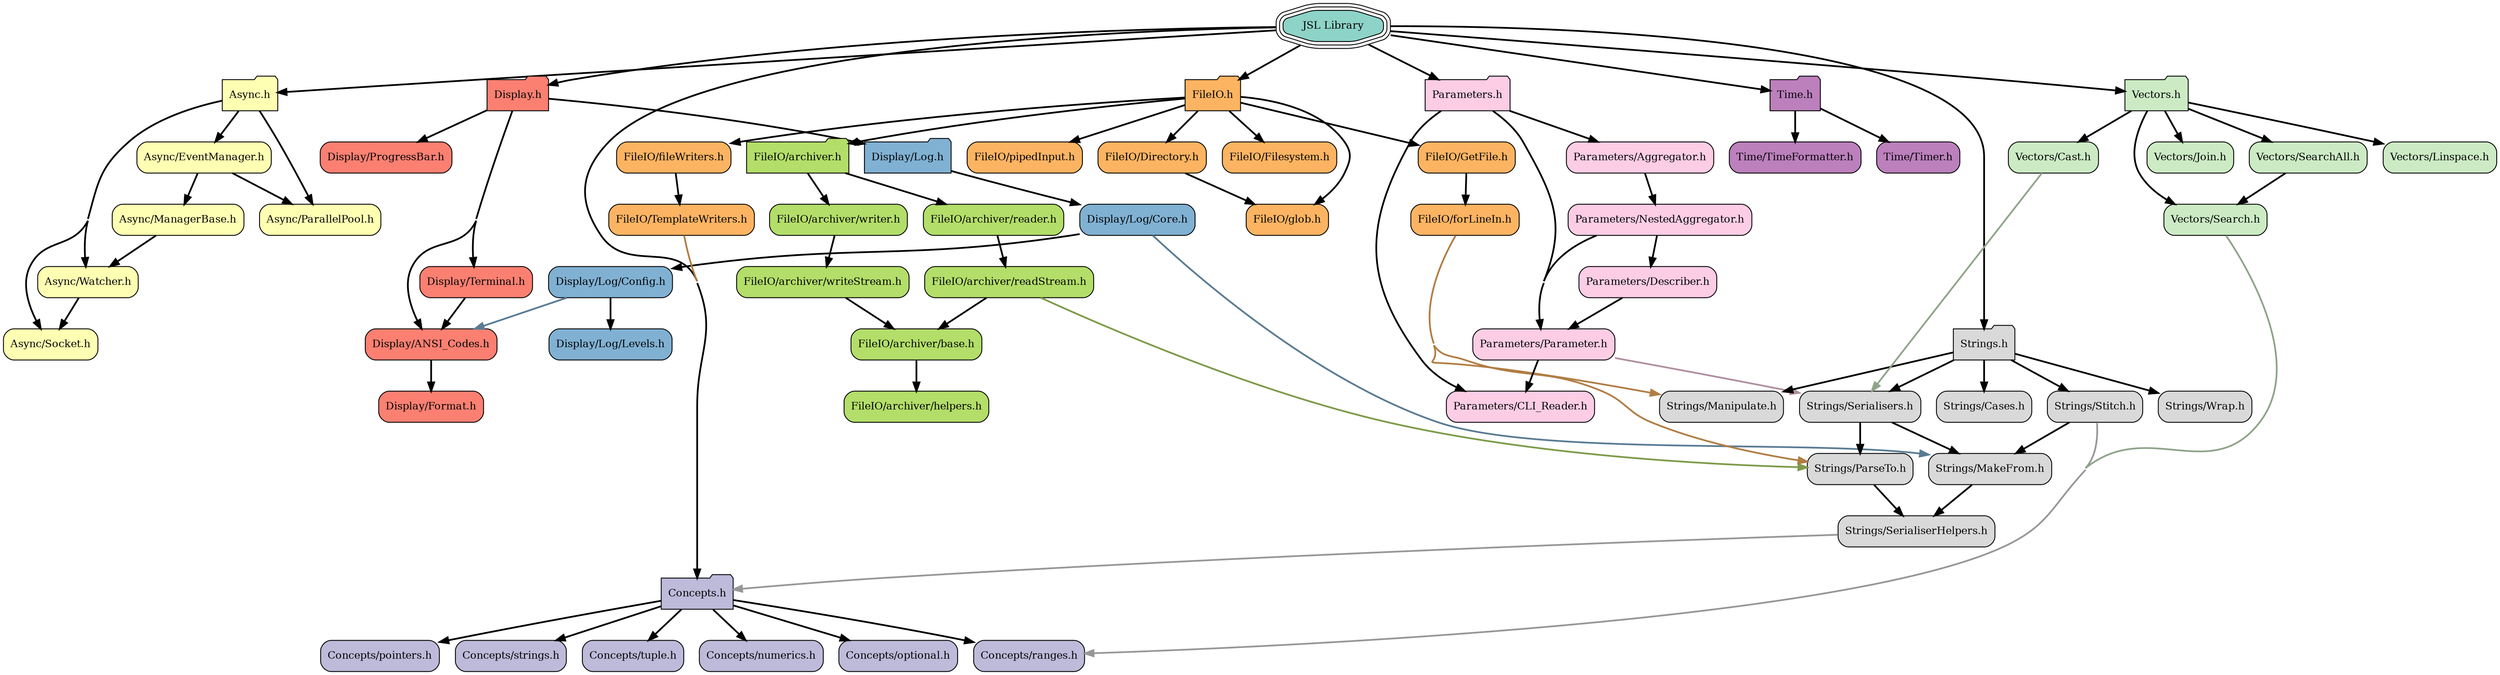
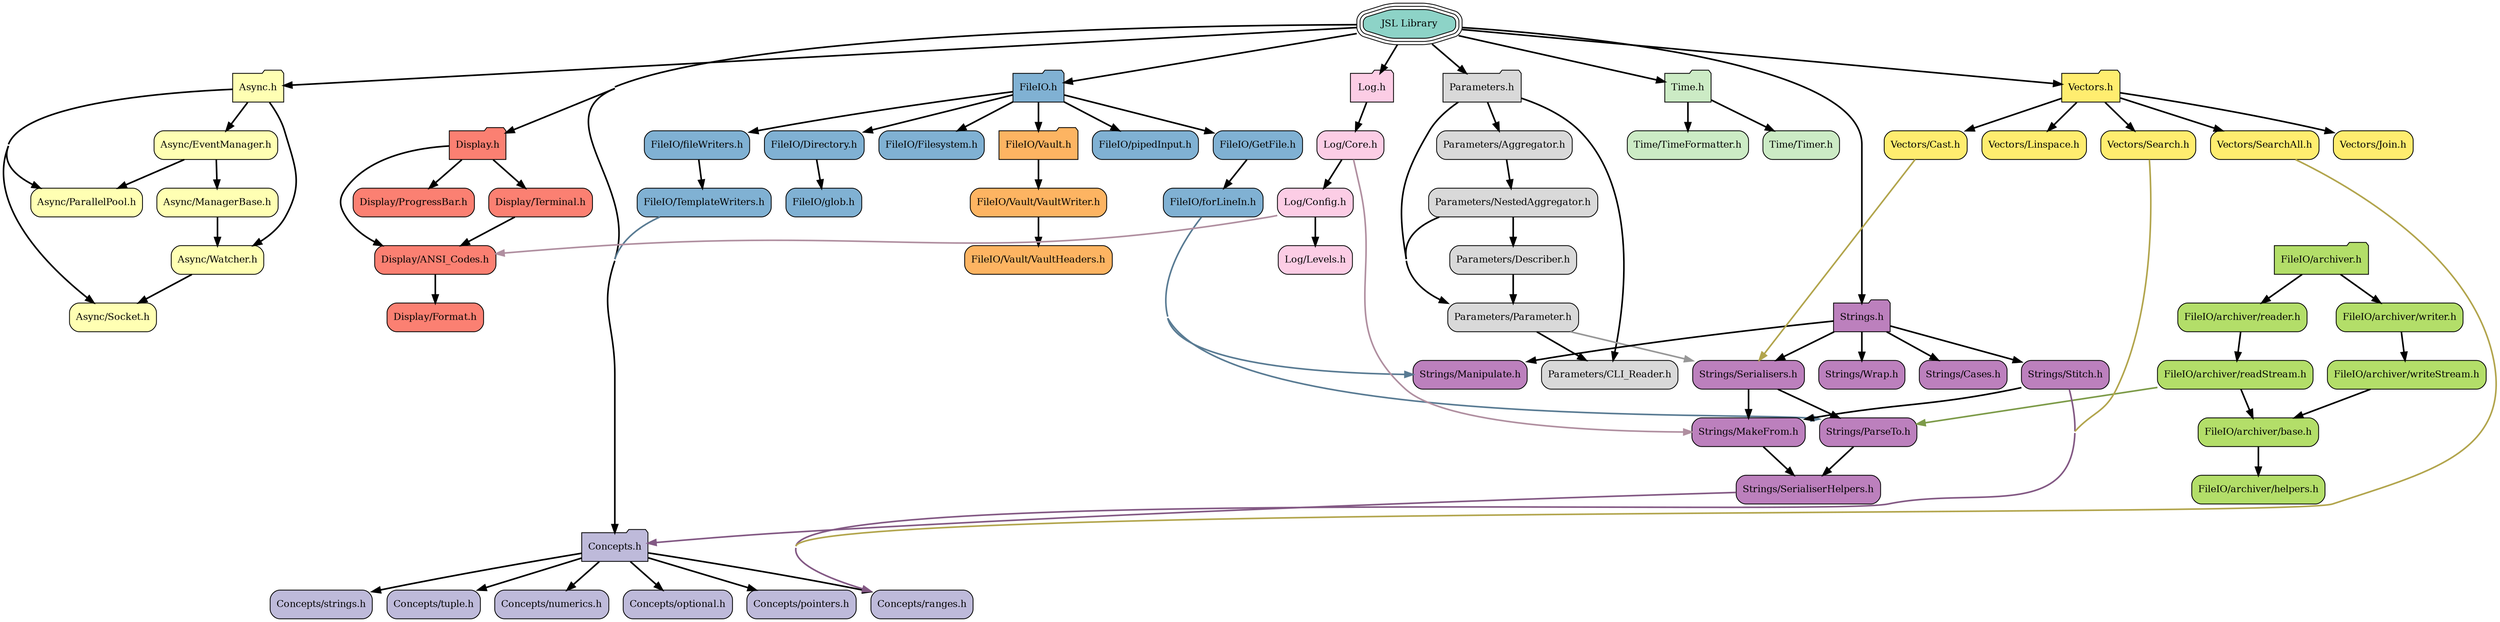
digraph codeviz{
	bgcolor="#ffffff"
	concentrate=true
	splines=true
	sep="+15,+15"
	overlap=false

	node[shape=Mrecord,fontsize=12]

	node[fillcolor="#8dd3c7", style="rounded,filled", shape=tripleoctagon, color="black"] "JSL.h"                           [label="JSL Library"]
	node[fillcolor="#ffffb3", style="rounded,filled", shape=folder, color="black"] "Async.h"                         [label="Async.h"]
	node[fillcolor="#ffffb3", style="rounded,filled", shape=box, color="black"] "Async/EventManager.h"            [label="Async/EventManager.h"]
	node[fillcolor="#ffffb3", style="rounded,filled", shape=box, color="black"] "Async/ManagerBase.h"             [label="Async/ManagerBase.h"]
	node[fillcolor="#ffffb3", style="rounded,filled", shape=box, color="black"] "Async/ParallelPool.h"            [label="Async/ParallelPool.h"]
	node[fillcolor="#ffffb3", style="rounded,filled", shape=box, color="black"] "Async/Socket.h"                  [label="Async/Socket.h"]
	node[fillcolor="#ffffb3", style="rounded,filled", shape=box, color="black"] "Async/Watcher.h"                 [label="Async/Watcher.h"]
	node[fillcolor="#bebada", style="rounded,filled", shape=folder, color="black"] "Concepts.h"                      [label="Concepts.h"]
	node[fillcolor="#bebada", style="rounded,filled", shape=box, color="black"] "Concepts/numerics.h"             [label="Concepts/numerics.h"]
	node[fillcolor="#bebada", style="rounded,filled", shape=box, color="black"] "Concepts/optional.h"             [label="Concepts/optional.h"]
	node[fillcolor="#bebada", style="rounded,filled", shape=box, color="black"] "Concepts/pointers.h"             [label="Concepts/pointers.h"]
	node[fillcolor="#bebada", style="rounded,filled", shape=box, color="black"] "Concepts/ranges.h"               [label="Concepts/ranges.h"]
	node[fillcolor="#bebada", style="rounded,filled", shape=box, color="black"] "Concepts/strings.h"              [label="Concepts/strings.h"]
	node[fillcolor="#bebada", style="rounded,filled", shape=box, color="black"] "Concepts/tuple.h"                [label="Concepts/tuple.h"]
	node[fillcolor="#fb8072", style="rounded,filled", shape=folder, color="black"] "Display.h"                       [label="Display.h"]
	node[fillcolor="#fb8072", style="rounded,filled", shape=box, color="black"] "Display/ANSI_Codes.h"            [label="Display/ANSI_Codes.h"]
	node[fillcolor="#fb8072", style="rounded,filled", shape=box, color="black"] "Display/Format.h"                [label="Display/Format.h"]
- 	node[fillcolor="#80b1d3", style="rounded,filled", shape=folder, color="black"] "Display/Log.h"                   [label="Display/Log.h"]
- 	node[fillcolor="#80b1d3", style="rounded,filled", shape=box, color="black"] "Display/Log/Config.h"            [label="Display/Log/Config.h"]
- 	node[fillcolor="#80b1d3", style="rounded,filled", shape=box, color="black"] "Display/Log/Core.h"              [label="Display/Log/Core.h"]
- 	node[fillcolor="#80b1d3", style="rounded,filled", shape=box, color="black"] "Display/Log/Levels.h"            [label="Display/Log/Levels.h"]
	node[fillcolor="#fb8072", style="rounded,filled", shape=box, color="black"] "Display/ProgressBar.h"           [label="Display/ProgressBar.h"]
	node[fillcolor="#fb8072", style="rounded,filled", shape=box, color="black"] "Display/Terminal.h"              [label="Display/Terminal.h"]
- 	node[fillcolor="#fdb462", style="rounded,filled", shape=folder, color="black"] "FileIO.h"                        [label="FileIO.h"]
- 	node[fillcolor="#fdb462", style="rounded,filled", shape=box, color="black"] "FileIO/Directory.h"              [label="FileIO/Directory.h"]
- 	node[fillcolor="#fdb462", style="rounded,filled", shape=box, color="black"] "FileIO/Filesystem.h"             [label="FileIO/Filesystem.h"]
- 	node[fillcolor="#fdb462", style="rounded,filled", shape=box, color="black"] "FileIO/GetFile.h"                [label="FileIO/GetFile.h"]
- 	node[fillcolor="#fdb462", style="rounded,filled", shape=box, color="black"] "FileIO/TemplateWriters.h"        [label="FileIO/TemplateWriters.h"]
+ 	node[fillcolor="#80b1d3", style="rounded,filled", shape=folder, color="black"] "FileIO.h"                        [label="FileIO.h"]
+ 	node[fillcolor="#80b1d3", style="rounded,filled", shape=box, color="black"] "FileIO/Directory.h"              [label="FileIO/Directory.h"]
+ 	node[fillcolor="#80b1d3", style="rounded,filled", shape=box, color="black"] "FileIO/Filesystem.h"             [label="FileIO/Filesystem.h"]
+ 	node[fillcolor="#80b1d3", style="rounded,filled", shape=box, color="black"] "FileIO/GetFile.h"                [label="FileIO/GetFile.h"]
+ 	node[fillcolor="#80b1d3", style="rounded,filled", shape=box, color="black"] "FileIO/TemplateWriters.h"        [label="FileIO/TemplateWriters.h"]
+ 	node[fillcolor="#fdb462", style="rounded,filled", shape=folder, color="black"] "FileIO/Vault.h"                  [label="FileIO/Vault.h"]
+ 	node[fillcolor="#fdb462", style="rounded,filled", shape=box, color="black"] "FileIO/Vault/VaultHeaders.h"     [label="FileIO/Vault/VaultHeaders.h"]
+ 	node[fillcolor="#fdb462", style="rounded,filled", shape=box, color="black"] "FileIO/Vault/VaultWriter.h"      [label="FileIO/Vault/VaultWriter.h"]
	node[fillcolor="#b3de69", style="rounded,filled", shape=folder, color="black"] "FileIO/archiver.h"               [label="FileIO/archiver.h"]
	node[fillcolor="#b3de69", style="rounded,filled", shape=box, color="black"] "FileIO/archiver/base.h"          [label="FileIO/archiver/base.h"]
	node[fillcolor="#b3de69", style="rounded,filled", shape=box, color="black"] "FileIO/archiver/helpers.h"       [label="FileIO/archiver/helpers.h"]
	node[fillcolor="#b3de69", style="rounded,filled", shape=box, color="black"] "FileIO/archiver/readStream.h"    [label="FileIO/archiver/readStream.h"]
	node[fillcolor="#b3de69", style="rounded,filled", shape=box, color="black"] "FileIO/archiver/reader.h"        [label="FileIO/archiver/reader.h"]
	node[fillcolor="#b3de69", style="rounded,filled", shape=box, color="black"] "FileIO/archiver/writeStream.h"   [label="FileIO/archiver/writeStream.h"]
	node[fillcolor="#b3de69", style="rounded,filled", shape=box, color="black"] "FileIO/archiver/writer.h"        [label="FileIO/archiver/writer.h"]
- 	node[fillcolor="#fdb462", style="rounded,filled", shape=box, color="black"] "FileIO/fileWriters.h"            [label="FileIO/fileWriters.h"]
- 	node[fillcolor="#fdb462", style="rounded,filled", shape=box, color="black"] "FileIO/forLineIn.h"              [label="FileIO/forLineIn.h"]
- 	node[fillcolor="#fdb462", style="rounded,filled", shape=box, color="black"] "FileIO/glob.h"                   [label="FileIO/glob.h"]
- 	node[fillcolor="#fdb462", style="rounded,filled", shape=box, color="black"] "FileIO/pipedInput.h"             [label="FileIO/pipedInput.h"]
- 	node[fillcolor="#fccde5", style="rounded,filled", shape=folder, color="black"] "Parameters.h"                    [label="Parameters.h"]
- 	node[fillcolor="#fccde5", style="rounded,filled", shape=box, color="black"] "Parameters/Aggregator.h"         [label="Parameters/Aggregator.h"]
- 	node[fillcolor="#fccde5", style="rounded,filled", shape=box, color="black"] "Parameters/CLI_Reader.h"         [label="Parameters/CLI_Reader.h"]
- 	node[fillcolor="#fccde5", style="rounded,filled", shape=box, color="black"] "Parameters/Describer.h"          [label="Parameters/Describer.h"]
- 	node[fillcolor="#fccde5", style="rounded,filled", shape=box, color="black"] "Parameters/NestedAggregator.h"   [label="Parameters/NestedAggregator.h"]
- 	node[fillcolor="#fccde5", style="rounded,filled", shape=box, color="black"] "Parameters/Parameter.h"          [label="Parameters/Parameter.h"]
- 	node[fillcolor="#d9d9d9", style="rounded,filled", shape=folder, color="black"] "Strings.h"                       [label="Strings.h"]
- 	node[fillcolor="#d9d9d9", style="rounded,filled", shape=box, color="black"] "Strings/Cases.h"                 [label="Strings/Cases.h"]
- 	node[fillcolor="#d9d9d9", style="rounded,filled", shape=box, color="black"] "Strings/MakeFrom.h"              [label="Strings/MakeFrom.h"]
- 	node[fillcolor="#d9d9d9", style="rounded,filled", shape=box, color="black"] "Strings/Manipulate.h"            [label="Strings/Manipulate.h"]
- 	node[fillcolor="#d9d9d9", style="rounded,filled", shape=box, color="black"] "Strings/ParseTo.h"               [label="Strings/ParseTo.h"]
- 	node[fillcolor="#d9d9d9", style="rounded,filled", shape=box, color="black"] "Strings/SerialiserHelpers.h"     [label="Strings/SerialiserHelpers.h"]
- 	node[fillcolor="#d9d9d9", style="rounded,filled", shape=box, color="black"] "Strings/Serialisers.h"           [label="Strings/Serialisers.h"]
- 	node[fillcolor="#d9d9d9", style="rounded,filled", shape=box, color="black"] "Strings/Stitch.h"                [label="Strings/Stitch.h"]
- 	node[fillcolor="#d9d9d9", style="rounded,filled", shape=box, color="black"] "Strings/Wrap.h"                  [label="Strings/Wrap.h"]
- 	node[fillcolor="#bc80bd", style="rounded,filled", shape=folder, color="black"] "Time.h"                          [label="Time.h"]
- 	node[fillcolor="#bc80bd", style="rounded,filled", shape=box, color="black"] "Time/TimeFormatter.h"            [label="Time/TimeFormatter.h"]
- 	node[fillcolor="#bc80bd", style="rounded,filled", shape=box, color="black"] "Time/Timer.h"                    [label="Time/Timer.h"]
- 	node[fillcolor="#ccebc5", style="rounded,filled", shape=folder, color="black"] "Vectors.h"                       [label="Vectors.h"]
- 	node[fillcolor="#ccebc5", style="rounded,filled", shape=box, color="black"] "Vectors/Cast.h"                  [label="Vectors/Cast.h"]
- 	node[fillcolor="#ccebc5", style="rounded,filled", shape=box, color="black"] "Vectors/Join.h"                  [label="Vectors/Join.h"]
- 	node[fillcolor="#ccebc5", style="rounded,filled", shape=box, color="black"] "Vectors/Linspace.h"              [label="Vectors/Linspace.h"]
- 	node[fillcolor="#ccebc5", style="rounded,filled", shape=box, color="black"] "Vectors/Search.h"                [label="Vectors/Search.h"]
- 	node[fillcolor="#ccebc5", style="rounded,filled", shape=box, color="black"] "Vectors/SearchAll.h"             [label="Vectors/SearchAll.h"]
+ 	node[fillcolor="#80b1d3", style="rounded,filled", shape=box, color="black"] "FileIO/fileWriters.h"            [label="FileIO/fileWriters.h"]
+ 	node[fillcolor="#80b1d3", style="rounded,filled", shape=box, color="black"] "FileIO/forLineIn.h"              [label="FileIO/forLineIn.h"]
+ 	node[fillcolor="#80b1d3", style="rounded,filled", shape=box, color="black"] "FileIO/glob.h"                   [label="FileIO/glob.h"]
+ 	node[fillcolor="#80b1d3", style="rounded,filled", shape=box, color="black"] "FileIO/pipedInput.h"             [label="FileIO/pipedInput.h"]
+ 	node[fillcolor="#fccde5", style="rounded,filled", shape=folder, color="black"] "Log.h"                           [label="Log.h"]
+ 	node[fillcolor="#fccde5", style="rounded,filled", shape=box, color="black"] "Log/Config.h"                    [label="Log/Config.h"]
+ 	node[fillcolor="#fccde5", style="rounded,filled", shape=box, color="black"] "Log/Core.h"                      [label="Log/Core.h"]
+ 	node[fillcolor="#fccde5", style="rounded,filled", shape=box, color="black"] "Log/Levels.h"                    [label="Log/Levels.h"]
+ 	node[fillcolor="#d9d9d9", style="rounded,filled", shape=folder, color="black"] "Parameters.h"                    [label="Parameters.h"]
+ 	node[fillcolor="#d9d9d9", style="rounded,filled", shape=box, color="black"] "Parameters/Aggregator.h"         [label="Parameters/Aggregator.h"]
+ 	node[fillcolor="#d9d9d9", style="rounded,filled", shape=box, color="black"] "Parameters/CLI_Reader.h"         [label="Parameters/CLI_Reader.h"]
+ 	node[fillcolor="#d9d9d9", style="rounded,filled", shape=box, color="black"] "Parameters/Describer.h"          [label="Parameters/Describer.h"]
+ 	node[fillcolor="#d9d9d9", style="rounded,filled", shape=box, color="black"] "Parameters/NestedAggregator.h"   [label="Parameters/NestedAggregator.h"]
+ 	node[fillcolor="#d9d9d9", style="rounded,filled", shape=box, color="black"] "Parameters/Parameter.h"          [label="Parameters/Parameter.h"]
+ 	node[fillcolor="#bc80bd", style="rounded,filled", shape=folder, color="black"] "Strings.h"                       [label="Strings.h"]
+ 	node[fillcolor="#bc80bd", style="rounded,filled", shape=box, color="black"] "Strings/Cases.h"                 [label="Strings/Cases.h"]
+ 	node[fillcolor="#bc80bd", style="rounded,filled", shape=box, color="black"] "Strings/MakeFrom.h"              [label="Strings/MakeFrom.h"]
+ 	node[fillcolor="#bc80bd", style="rounded,filled", shape=box, color="black"] "Strings/Manipulate.h"            [label="Strings/Manipulate.h"]
+ 	node[fillcolor="#bc80bd", style="rounded,filled", shape=box, color="black"] "Strings/ParseTo.h"               [label="Strings/ParseTo.h"]
+ 	node[fillcolor="#bc80bd", style="rounded,filled", shape=box, color="black"] "Strings/SerialiserHelpers.h"     [label="Strings/SerialiserHelpers.h"]
+ 	node[fillcolor="#bc80bd", style="rounded,filled", shape=box, color="black"] "Strings/Serialisers.h"           [label="Strings/Serialisers.h"]
+ 	node[fillcolor="#bc80bd", style="rounded,filled", shape=box, color="black"] "Strings/Stitch.h"                [label="Strings/Stitch.h"]
+ 	node[fillcolor="#bc80bd", style="rounded,filled", shape=box, color="black"] "Strings/Wrap.h"                  [label="Strings/Wrap.h"]
+ 	node[fillcolor="#ccebc5", style="rounded,filled", shape=folder, color="black"] "Time.h"                          [label="Time.h"]
+ 	node[fillcolor="#ccebc5", style="rounded,filled", shape=box, color="black"] "Time/TimeFormatter.h"            [label="Time/TimeFormatter.h"]
+ 	node[fillcolor="#ccebc5", style="rounded,filled", shape=box, color="black"] "Time/Timer.h"                    [label="Time/Timer.h"]
+ 	node[fillcolor="#ffed6f", style="rounded,filled", shape=folder, color="black"] "Vectors.h"                       [label="Vectors.h"]
+ 	node[fillcolor="#ffed6f", style="rounded,filled", shape=box, color="black"] "Vectors/Cast.h"                  [label="Vectors/Cast.h"]
+ 	node[fillcolor="#ffed6f", style="rounded,filled", shape=box, color="black"] "Vectors/Join.h"                  [label="Vectors/Join.h"]
+ 	node[fillcolor="#ffed6f", style="rounded,filled", shape=box, color="black"] "Vectors/Linspace.h"              [label="Vectors/Linspace.h"]
+ 	node[fillcolor="#ffed6f", style="rounded,filled", shape=box, color="black"] "Vectors/Search.h"                [label="Vectors/Search.h"]
+ 	node[fillcolor="#ffed6f", style="rounded,filled", shape=box, color="black"] "Vectors/SearchAll.h"             [label="Vectors/SearchAll.h"]
+ 	"JSL.h"                           -> "Parameters.h"[weight=10,penwidth=2]
	"JSL.h"                           -> "Time.h"[weight=10,penwidth=2]
- 	"JSL.h"                           -> "Display.h"[weight=10,penwidth=2]
	"JSL.h"                           -> "Concepts.h"[weight=10,penwidth=2]
+ 	"JSL.h"                           -> "Log.h"[weight=10,penwidth=2]
	"JSL.h"                           -> "Async.h"[weight=10,penwidth=2]
- 	"JSL.h"                           -> "FileIO.h"[weight=10,penwidth=2]
	"JSL.h"                           -> "Vectors.h"[weight=10,penwidth=2]
	"JSL.h"                           -> "Strings.h"[weight=10,penwidth=2]
- 	"JSL.h"                           -> "Parameters.h"[weight=10,penwidth=2]
+ 	"JSL.h"                           -> "FileIO.h"[weight=10,penwidth=2]
+ 	"JSL.h"                           -> "Display.h"[weight=10,penwidth=2]
	"Async.h"                         -> "Async/Socket.h"[weight=10,penwidth=2]
	"Async.h"                         -> "Async/Watcher.h"[weight=10,penwidth=2]
	"Async.h"                         -> "Async/EventManager.h"[weight=10,penwidth=2]
	"Async.h"                         -> "Async/ParallelPool.h"[weight=10,penwidth=2]
	"Async/EventManager.h"            -> "Async/ManagerBase.h"[weight=10,penwidth=2]
	"Async/EventManager.h"            -> "Async/ParallelPool.h"[weight=10,penwidth=2]
	"Async/ManagerBase.h"             -> "Async/Watcher.h"[weight=10,penwidth=2]
	"Async/Watcher.h"                 -> "Async/Socket.h"[weight=10,penwidth=2]
- 	"Concepts.h"                      -> "Concepts/pointers.h"[weight=10,penwidth=2]
- 	"Concepts.h"                      -> "Concepts/strings.h"[weight=10,penwidth=2]
- 	"Concepts.h"                      -> "Concepts/tuple.h"[weight=10,penwidth=2]
+ 	"Concepts.h"                      -> "Concepts/numerics.h"[weight=10,penwidth=2]
	"Concepts.h"                      -> "Concepts/ranges.h"[weight=10,penwidth=2]
	"Concepts.h"                      -> "Concepts/optional.h"[weight=10,penwidth=2]
- 	"Concepts.h"                      -> "Concepts/numerics.h"[weight=10,penwidth=2]
+ 	"Concepts.h"                      -> "Concepts/tuple.h"[weight=10,penwidth=2]
+ 	"Concepts.h"                      -> "Concepts/strings.h"[weight=10,penwidth=2]
+ 	"Concepts.h"                      -> "Concepts/pointers.h"[weight=10,penwidth=2]
	"Display.h"                       -> "Display/Terminal.h"[weight=10,penwidth=2]
	"Display.h"                       -> "Display/ANSI_Codes.h"[weight=10,penwidth=2]
- 	"Display.h"                       -> "Display/Log.h"[weight=10,penwidth=2]
	"Display.h"                       -> "Display/ProgressBar.h"[weight=10,penwidth=2]
	"Display/ANSI_Codes.h"            -> "Display/Format.h"[weight=10,penwidth=2]
- 	"Display/Log.h"                   -> "Display/Log/Core.h"[weight=10,penwidth=2]
- 	"Display/Log/Config.h"            -> "Display/ANSI_Codes.h"[weight=0,penwidth=2,color="#597b93"]
- 	"Display/Log/Config.h"            -> "Display/Log/Levels.h"[weight=10,penwidth=2]
- 	"Display/Log/Core.h"              -> "Display/Log/Config.h"[weight=10,penwidth=2]
- 	"Display/Log/Core.h"              -> "Strings/MakeFrom.h"[weight=0,penwidth=2,color="#597b93"]
	"Display/Terminal.h"              -> "Display/ANSI_Codes.h"[weight=10,penwidth=2]
+ 	"FileIO.h"                        -> "FileIO/fileWriters.h"[weight=10,penwidth=2]
+ 	"FileIO.h"                        -> "FileIO/pipedInput.h"[weight=10,penwidth=2]
+ 	"FileIO.h"                        -> "FileIO/Filesystem.h"[weight=10,penwidth=2]
+ 	"FileIO.h"                        -> "FileIO/Vault.h"[weight=10,penwidth=2]
+ 	"FileIO.h"                        -> "FileIO/Directory.h"[weight=10,penwidth=2]
	"FileIO.h"                        -> "FileIO/GetFile.h"[weight=10,penwidth=2]
- 	"FileIO.h"                        -> "FileIO/Directory.h"[weight=10,penwidth=2]
- 	"FileIO.h"                        -> "FileIO/pipedInput.h"[weight=10,penwidth=2]
- 	"FileIO.h"                        -> "FileIO/fileWriters.h"[weight=10,penwidth=2]
- 	"FileIO.h"                        -> "FileIO/Filesystem.h"[weight=10,penwidth=2]
- 	"FileIO.h"                        -> "FileIO/glob.h"[weight=10,penwidth=2]
- 	"FileIO.h"                        -> "FileIO/archiver.h"[weight=10,penwidth=2]
	"FileIO/Directory.h"              -> "FileIO/glob.h"[weight=10,penwidth=2]
	"FileIO/GetFile.h"                -> "FileIO/forLineIn.h"[weight=10,penwidth=2]
- 	"FileIO/TemplateWriters.h"        -> "Concepts.h"[weight=0,penwidth=2,color="#b17d44"]
+ 	"FileIO/TemplateWriters.h"        -> "Concepts.h"[weight=0,penwidth=2,color="#597b93"]
+ 	"FileIO/Vault.h"                  -> "FileIO/Vault/VaultWriter.h"[weight=10,penwidth=2]
+ 	"FileIO/Vault/VaultWriter.h"      -> "FileIO/Vault/VaultHeaders.h"[weight=10,penwidth=2]
	"FileIO/archiver.h"               -> "FileIO/archiver/writer.h"[weight=10,penwidth=2]
	"FileIO/archiver.h"               -> "FileIO/archiver/reader.h"[weight=10,penwidth=2]
	"FileIO/archiver/base.h"          -> "FileIO/archiver/helpers.h"[weight=10,penwidth=2]
	"FileIO/archiver/readStream.h"    -> "FileIO/archiver/base.h"[weight=10,penwidth=2]
	"FileIO/archiver/readStream.h"    -> "Strings/ParseTo.h"[weight=0,penwidth=2,color="#7d9b49"]
	"FileIO/archiver/reader.h"        -> "FileIO/archiver/readStream.h"[weight=10,penwidth=2]
	"FileIO/archiver/writeStream.h"   -> "FileIO/archiver/base.h"[weight=10,penwidth=2]
	"FileIO/archiver/writer.h"        -> "FileIO/archiver/writeStream.h"[weight=10,penwidth=2]
	"FileIO/fileWriters.h"            -> "FileIO/TemplateWriters.h"[weight=10,penwidth=2]
- 	"FileIO/forLineIn.h"              -> "Strings/ParseTo.h"[weight=0,penwidth=2,color="#b17d44"]
- 	"FileIO/forLineIn.h"              -> "Strings/Manipulate.h"[weight=0,penwidth=2,color="#b17d44"]
+ 	"FileIO/forLineIn.h"              -> "Strings/ParseTo.h"[weight=0,penwidth=2,color="#597b93"]
+ 	"FileIO/forLineIn.h"              -> "Strings/Manipulate.h"[weight=0,penwidth=2,color="#597b93"]
+ 	"Log.h"                           -> "Log/Core.h"[weight=10,penwidth=2]
+ 	"Log/Config.h"                    -> "Display/ANSI_Codes.h"[weight=0,penwidth=2,color="#b08fa0"]
+ 	"Log/Config.h"                    -> "Log/Levels.h"[weight=10,penwidth=2]
+ 	"Log/Core.h"                      -> "Strings/MakeFrom.h"[weight=0,penwidth=2,color="#b08fa0"]
+ 	"Log/Core.h"                      -> "Log/Config.h"[weight=10,penwidth=2]
	"Parameters.h"                    -> "Parameters/Parameter.h"[weight=10,penwidth=2]
	"Parameters.h"                    -> "Parameters/Aggregator.h"[weight=10,penwidth=2]
	"Parameters.h"                    -> "Parameters/CLI_Reader.h"[weight=10,penwidth=2]
	"Parameters/Aggregator.h"         -> "Parameters/NestedAggregator.h"[weight=10,penwidth=2]
	"Parameters/Describer.h"          -> "Parameters/Parameter.h"[weight=10,penwidth=2]
	"Parameters/NestedAggregator.h"   -> "Parameters/Describer.h"[weight=10,penwidth=2]
	"Parameters/NestedAggregator.h"   -> "Parameters/Parameter.h"[weight=10,penwidth=2]
	"Parameters/Parameter.h"          -> "Parameters/CLI_Reader.h"[weight=10,penwidth=2]
- 	"Parameters/Parameter.h"          -> "Strings/Serialisers.h"[weight=0,penwidth=2,color="#b08fa0"]
+ 	"Parameters/Parameter.h"          -> "Strings/Serialisers.h"[weight=0,penwidth=2,color="#979797"]
	"Strings.h"                       -> "Strings/Serialisers.h"[weight=10,penwidth=2]
	"Strings.h"                       -> "Strings/Cases.h"[weight=10,penwidth=2]
	"Strings.h"                       -> "Strings/Manipulate.h"[weight=10,penwidth=2]
	"Strings.h"                       -> "Strings/Stitch.h"[weight=10,penwidth=2]
	"Strings.h"                       -> "Strings/Wrap.h"[weight=10,penwidth=2]
	"Strings/MakeFrom.h"              -> "Strings/SerialiserHelpers.h"[weight=10,penwidth=2]
	"Strings/ParseTo.h"               -> "Strings/SerialiserHelpers.h"[weight=10,penwidth=2]
- 	"Strings/SerialiserHelpers.h"     -> "Concepts.h"[weight=0,penwidth=2,color="#979797"]
+ 	"Strings/SerialiserHelpers.h"     -> "Concepts.h"[weight=0,penwidth=2,color="#835984"]
+ 	"Strings/Serialisers.h"           -> "Strings/ParseTo.h"[weight=10,penwidth=2]
	"Strings/Serialisers.h"           -> "Strings/MakeFrom.h"[weight=10,penwidth=2]
- 	"Strings/Serialisers.h"           -> "Strings/ParseTo.h"[weight=10,penwidth=2]
- 	"Strings/Stitch.h"                -> "Concepts/ranges.h"[weight=0,penwidth=2,color="#979797"]
+ 	"Strings/Stitch.h"                -> "Concepts/ranges.h"[weight=0,penwidth=2,color="#835984"]
	"Strings/Stitch.h"                -> "Strings/MakeFrom.h"[weight=10,penwidth=2]
	"Time.h"                          -> "Time/Timer.h"[weight=10,penwidth=2]
	"Time.h"                          -> "Time/TimeFormatter.h"[weight=10,penwidth=2]
	"Vectors.h"                       -> "Vectors/Cast.h"[weight=10,penwidth=2]
	"Vectors.h"                       -> "Vectors/Search.h"[weight=10,penwidth=2]
	"Vectors.h"                       -> "Vectors/SearchAll.h"[weight=10,penwidth=2]
	"Vectors.h"                       -> "Vectors/Join.h"[weight=10,penwidth=2]
	"Vectors.h"                       -> "Vectors/Linspace.h"[weight=10,penwidth=2]
- 	"Vectors/Cast.h"                  -> "Strings/Serialisers.h"[weight=0,penwidth=2,color="#8ea489"]
- 	"Vectors/Search.h"                -> "Concepts/ranges.h"[weight=0,penwidth=2,color="#8ea489"]
- 	"Vectors/SearchAll.h"             -> "Vectors/Search.h"[weight=10,penwidth=2]
+ 	"Vectors/Cast.h"                  -> "Strings/Serialisers.h"[weight=0,penwidth=2,color="#b2a54d"]
+ 	"Vectors/Search.h"                -> "Concepts/ranges.h"[weight=0,penwidth=2,color="#b2a54d"]
+ 	"Vectors/SearchAll.h"             -> "Concepts/ranges.h"[weight=0,penwidth=2,color="#b2a54d"]
}